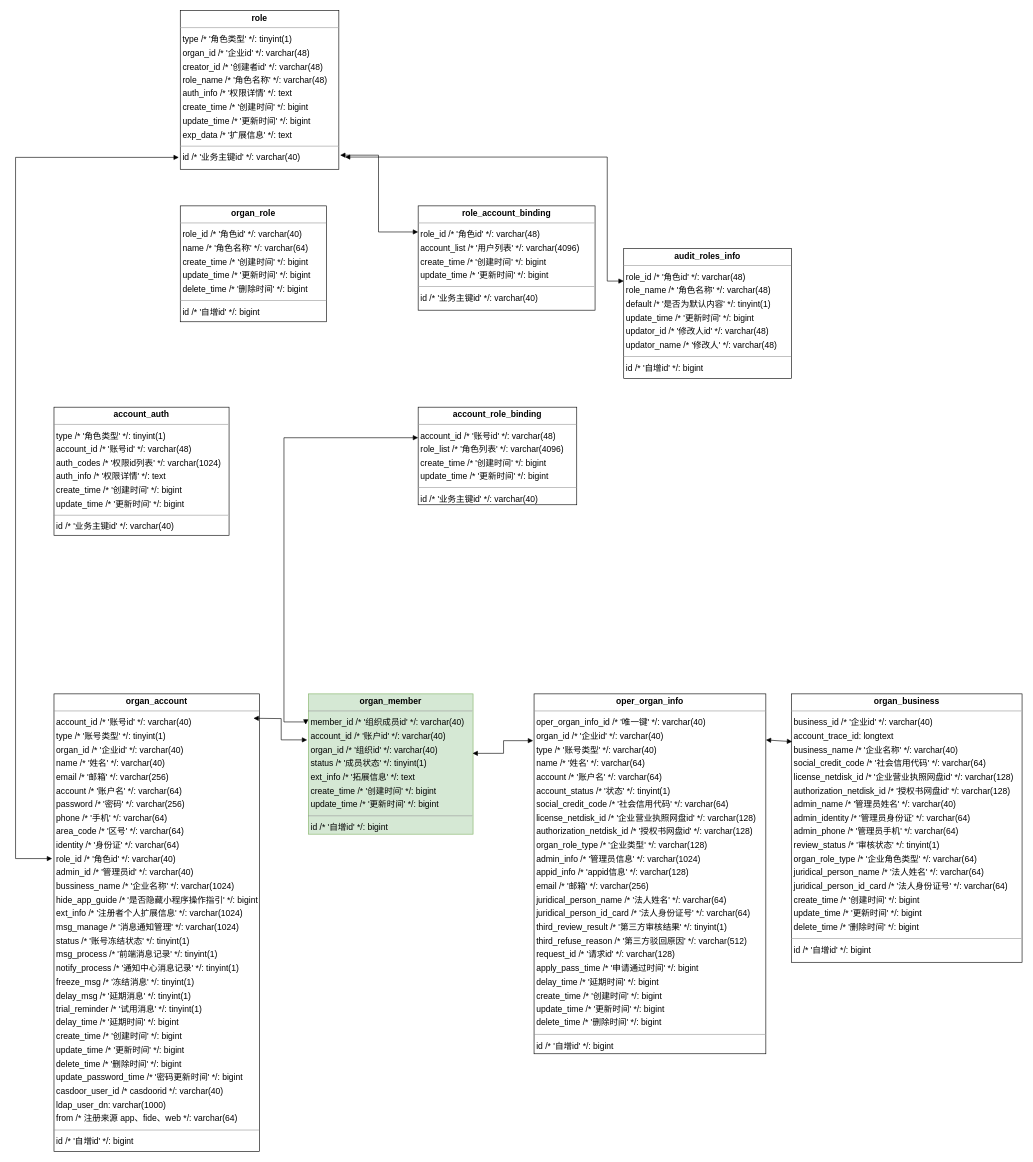
This is exported_from_idea.drawio from lzw5399/jgraph, a draw.io file, before an edit. Source tidied: cells renumbered, new cells numbered last; positions are measured from the earlier drawing's top-left corner, leaving out a move shared by most shapes. Both pictures are drawn from the tidied source at 61%, with x=0, y=0 at pixel (15, 10).
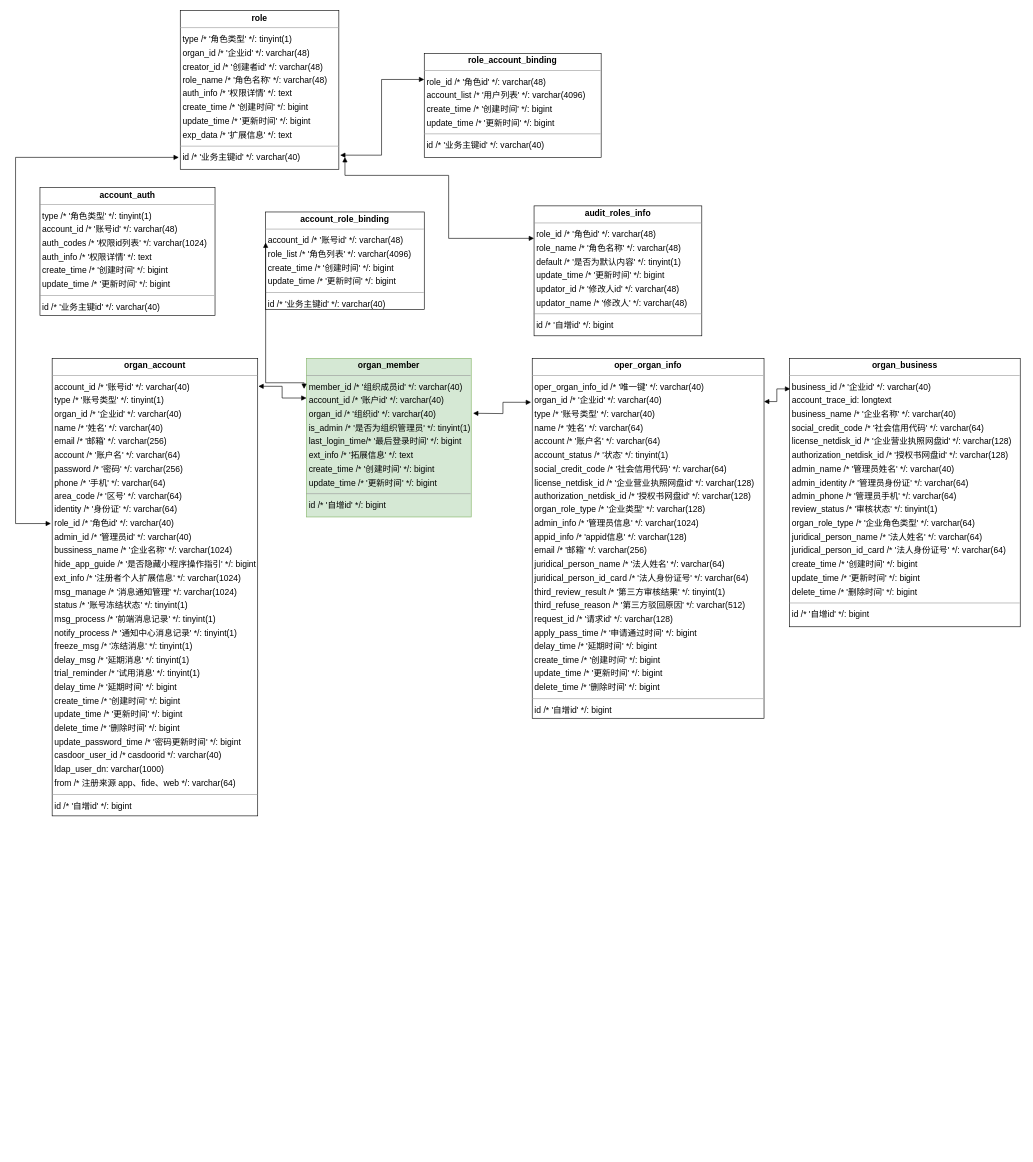
The same page after the edit.

Unchanged cells that the change refers to:
```xml
<mxCell id="10" value="&lt;p style=&quot;margin:0px;margin-top:4px;text-align:center;&quot;&gt;&lt;b&gt;role&lt;/b&gt;&lt;/p&gt;&lt;hr size=&quot;1&quot;/&gt;&lt;p style=&quot;margin:0 0 0 4px;line-height:1.6;&quot;&gt; type  /* &amp;#39;角色类型&amp;#39; */: tinyint(1)&lt;br/&gt; organ_id  /* &amp;#39;企业id&amp;#39; */: varchar(48)&lt;br/&gt; creator_id  /* &amp;#39;创建者id&amp;#39; */: varchar(48)&lt;br/&gt; role_name  /* &amp;#39;角色名称&amp;#39; */: varchar(48)&lt;br/&gt; auth_info  /* &amp;#39;权限详情&amp;#39; */: text&lt;br/&gt; create_time  /* &amp;#39;创建时间&amp;#39; */: bigint&lt;br/&gt; update_time  /* &amp;#39;更新时间&amp;#39; */: bigint&lt;br/&gt; exp_data  /* &amp;#39;扩展信息&amp;#39; */: text&lt;/p&gt;&lt;hr size=&quot;1&quot;/&gt;&lt;p style=&quot;margin:0 0 0 4px;line-height:1.6;&quot;&gt; id  /* &amp;#39;业务主键id&amp;#39; */: varchar(40)&lt;/p&gt;" style="verticalAlign=top;align=left;overflow=fill;fontSize=14;fontFamily=Helvetica;html=1;rounded=0;shadow=0;comic=0;labelBackgroundColor=none;strokeWidth=1;" parent="1" vertex="1">
  <mxGeometry x="270" width="260" height="260" as="geometry" />
</mxCell>
```

Diff of the diagram source:
```diff
@@
     <mxCell id="2" value="&lt;p style=&quot;margin:0px;margin-top:4px;text-align:center;&quot;&gt;&lt;b&gt;account_auth&lt;/b&gt;&lt;/p&gt;&lt;hr size=&quot;1&quot;/&gt;&lt;p style=&quot;margin:0 0 0 4px;line-height:1.6;&quot;&gt; type  /* &amp;#39;角色类型&amp;#39; */: tinyint(1)&lt;br/&gt; account_id  /* &amp;#39;账号id&amp;#39; */: varchar(48)&lt;br/&gt; auth_codes  /* &amp;#39;权限id列表&amp;#39; */: varchar(1024)&lt;br/&gt; auth_info  /* &amp;#39;权限详情&amp;#39; */: text&lt;br/&gt; create_time  /* &amp;#39;创建时间&amp;#39; */: bigint&lt;br/&gt; update_time  /* &amp;#39;更新时间&amp;#39; */: bigint&lt;/p&gt;&lt;hr size=&quot;1&quot;/&gt;&lt;p style=&quot;margin:0 0 0 4px;line-height:1.6;&quot;&gt; id  /* &amp;#39;业务主键id&amp;#39; */: varchar(40)&lt;/p&gt;" style="verticalAlign=top;align=left;overflow=fill;fontSize=14;fontFamily=Helvetica;html=1;rounded=0;shadow=0;comic=0;labelBackgroundColor=none;strokeWidth=1;" parent="1" vertex="1">
-      <mxGeometry x="63" y="650" width="287" height="210" as="geometry" />
+      <mxGeometry x="40" y="290" width="287" height="210" as="geometry" />
     </mxCell>
     <mxCell id="3" value="&lt;p style=&quot;margin:0px;margin-top:4px;text-align:center;&quot;&gt;&lt;b&gt;account_role_binding&lt;/b&gt;&lt;/p&gt;&lt;hr size=&quot;1&quot;/&gt;&lt;p style=&quot;margin:0 0 0 4px;line-height:1.6;&quot;&gt; account_id  /* &amp;#39;账号id&amp;#39; */: varchar(48)&lt;br/&gt; role_list  /* &amp;#39;角色列表&amp;#39; */: varchar(4096)&lt;br/&gt; create_time  /* &amp;#39;创建时间&amp;#39; */: bigint&lt;br/&gt; update_time  /* &amp;#39;更新时间&amp;#39; */: bigint&lt;/p&gt;&lt;hr size=&quot;1&quot;/&gt;&lt;p style=&quot;margin:0 0 0 4px;line-height:1.6;&quot;&gt; id  /* &amp;#39;业务主键id&amp;#39; */: varchar(40)&lt;/p&gt;" style="verticalAlign=top;align=left;overflow=fill;fontSize=14;fontFamily=Helvetica;html=1;rounded=0;shadow=0;comic=0;labelBackgroundColor=none;strokeWidth=1;" parent="1" vertex="1">
-      <mxGeometry x="660" y="650" width="260" height="160" as="geometry" />
+      <mxGeometry x="410" y="330" width="260" height="160" as="geometry" />
     </mxCell>
     <mxCell id="4" value="&lt;p style=&quot;margin:0px;margin-top:4px;text-align:center;&quot;&gt;&lt;b&gt;audit_roles_info&lt;/b&gt;&lt;/p&gt;&lt;hr size=&quot;1&quot;/&gt;&lt;p style=&quot;margin:0 0 0 4px;line-height:1.6;&quot;&gt; role_id  /* &amp;#39;角色id&amp;#39; */: varchar(48)&lt;br/&gt; role_name  /* &amp;#39;角色名称&amp;#39; */: varchar(48)&lt;br/&gt; default  /* &amp;#39;是否为默认内容&amp;#39; */: tinyint(1)&lt;br/&gt; update_time  /* &amp;#39;更新时间&amp;#39; */: bigint&lt;br/&gt; updator_id  /* &amp;#39;修改人id&amp;#39; */: varchar(48)&lt;br/&gt; updator_name  /* &amp;#39;修改人&amp;#39; */: varchar(48)&lt;/p&gt;&lt;hr size=&quot;1&quot;/&gt;&lt;p style=&quot;margin:0 0 0 4px;line-height:1.6;&quot;&gt; id  /* &amp;#39;自增id&amp;#39; */: bigint&lt;/p&gt;" style="verticalAlign=top;align=left;overflow=fill;fontSize=14;fontFamily=Helvetica;html=1;rounded=0;shadow=0;comic=0;labelBackgroundColor=none;strokeWidth=1;" parent="1" vertex="1">
-      <mxGeometry x="997" y="390" width="275" height="213" as="geometry" />
+      <mxGeometry x="850" y="320" width="275" height="213" as="geometry" />
     </mxCell>
     <mxCell id="5" value="&lt;p style=&quot;margin:0px;margin-top:4px;text-align:center;&quot;&gt;&lt;b&gt;oper_organ_info&lt;/b&gt;&lt;/p&gt;&lt;hr size=&quot;1&quot;/&gt;&lt;p style=&quot;margin:0 0 0 4px;line-height:1.6;&quot;&gt; oper_organ_info_id  /* &amp;#39;唯一键&amp;#39; */: varchar(40)&lt;br/&gt; organ_id  /* &amp;#39;企业id&amp;#39; */: varchar(40)&lt;br/&gt; type  /* &amp;#39;账号类型&amp;#39; */: varchar(40)&lt;br/&gt; name  /* &amp;#39;姓名&amp;#39; */: varchar(64)&lt;br/&gt; account  /* &amp;#39;账户名&amp;#39; */: varchar(64)&lt;br/&gt; account_status  /* &amp;#39;状态&amp;#39; */: tinyint(1)&lt;br/&gt; social_credit_code  /* &amp;#39;社会信用代码&amp;#39; */: varchar(64)&lt;br/&gt; license_netdisk_id  /* &amp;#39;企业营业执照网盘id&amp;#39; */: varchar(128)&lt;br/&gt; authorization_netdisk_id  /* &amp;#39;授权书网盘id&amp;#39; */: varchar(128)&lt;br/&gt; organ_role_type  /* &amp;#39;企业类型&amp;#39; */: varchar(128)&lt;br/&gt; admin_info  /* &amp;#39;管理员信息&amp;#39; */: varchar(1024)&lt;br/&gt; appid_info  /* &amp;#39;appid信息&amp;#39; */: varchar(128)&lt;br/&gt; email  /* &amp;#39;邮箱&amp;#39; */: varchar(256)&lt;br/&gt; juridical_person_name  /* &amp;#39;法人姓名&amp;#39; */: varchar(64)&lt;br/&gt; juridical_person_id_card  /* &amp;#39;法人身份证号&amp;#39; */: varchar(64)&lt;br/&gt; third_review_result  /* &amp;#39;第三方审核结果&amp;#39; */: tinyint(1)&lt;br/&gt; third_refuse_reason  /* &amp;#39;第三方驳回原因&amp;#39; */: varchar(512)&lt;br/&gt; request_id  /* &amp;#39;请求id&amp;#39; */: varchar(128)&lt;br/&gt; apply_pass_time  /* &amp;#39;申请通过时间&amp;#39; */: bigint&lt;br/&gt; delay_time  /* &amp;#39;延期时间&amp;#39; */: bigint&lt;br/&gt; create_time  /* &amp;#39;创建时间&amp;#39; */: bigint&lt;br/&gt; update_time  /* &amp;#39;更新时间&amp;#39; */: bigint&lt;br/&gt; delete_time  /* &amp;#39;删除时间&amp;#39; */: bigint&lt;/p&gt;&lt;hr size=&quot;1&quot;/&gt;&lt;p style=&quot;margin:0 0 0 4px;line-height:1.6;&quot;&gt; id  /* &amp;#39;自增id&amp;#39; */: bigint&lt;/p&gt;" style="verticalAlign=top;align=left;overflow=fill;fontSize=14;fontFamily=Helvetica;html=1;rounded=0;shadow=0;comic=0;labelBackgroundColor=none;strokeWidth=1;" parent="1" vertex="1">
-      <mxGeometry x="850" y="1120" width="380" height="590" as="geometry" />
+      <mxGeometry x="847" y="570" width="380" height="590" as="geometry" />
     </mxCell>
     <mxCell id="6" value="&lt;p style=&quot;margin:0px;margin-top:4px;text-align:center;&quot;&gt;&lt;b&gt;organ_account&lt;/b&gt;&lt;/p&gt;&lt;hr size=&quot;1&quot;/&gt;&lt;p style=&quot;margin:0 0 0 4px;line-height:1.6;&quot;&gt; account_id  /* &amp;#39;账号id&amp;#39; */: varchar(40)&lt;br/&gt; type  /* &amp;#39;账号类型&amp;#39; */: tinyint(1)&lt;br/&gt; organ_id  /* &amp;#39;企业id&amp;#39; */: varchar(40)&lt;br/&gt; name  /* &amp;#39;姓名&amp;#39; */: varchar(40)&lt;br/&gt; email  /* &amp;#39;邮箱&amp;#39; */: varchar(256)&lt;br/&gt; account  /* &amp;#39;账户名&amp;#39; */: varchar(64)&lt;br/&gt; password  /* &amp;#39;密码&amp;#39; */: varchar(256)&lt;br/&gt; phone  /* &amp;#39;手机&amp;#39; */: varchar(64)&lt;br/&gt; area_code  /* &amp;#39;区号&amp;#39; */: varchar(64)&lt;br/&gt; identity  /* &amp;#39;身份证&amp;#39; */: varchar(64)&lt;br/&gt; role_id  /* &amp;#39;角色id&amp;#39; */: varchar(40)&lt;br/&gt; admin_id  /* &amp;#39;管理员id&amp;#39; */: varchar(40)&lt;br/&gt; bussiness_name  /* &amp;#39;企业名称&amp;#39; */: varchar(1024)&lt;br/&gt; hide_app_guide  /* &amp;#39;是否隐藏小程序操作指引&amp;#39; */: bigint&lt;br/&gt; ext_info  /* &amp;#39;注册者个人扩展信息&amp;#39; */: varchar(1024)&lt;br/&gt; msg_manage  /* &amp;#39;消息通知管理&amp;#39; */: varchar(1024)&lt;br/&gt; status  /* &amp;#39;账号冻结状态&amp;#39; */: tinyint(1)&lt;br/&gt; msg_process  /* &amp;#39;前端消息记录&amp;#39; */: tinyint(1)&lt;br/&gt; notify_process  /* &amp;#39;通知中心消息记录&amp;#39; */: tinyint(1)&lt;br/&gt; freeze_msg  /* &amp;#39;冻结消息&amp;#39; */: tinyint(1)&lt;br/&gt; delay_msg  /* &amp;#39;延期消息&amp;#39; */: tinyint(1)&lt;br/&gt; trial_reminder  /* &amp;#39;试用消息&amp;#39; */: tinyint(1)&lt;br/&gt; delay_time  /* &amp;#39;延期时间&amp;#39; */: bigint&lt;br/&gt; create_time  /* &amp;#39;创建时间&amp;#39; */: bigint&lt;br/&gt; update_time  /* &amp;#39;更新时间&amp;#39; */: bigint&lt;br/&gt; delete_time  /* &amp;#39;删除时间&amp;#39; */: bigint&lt;br/&gt; update_password_time  /* &amp;#39;密码更新时间&amp;#39; */: bigint&lt;br/&gt; casdoor_user_id  /* casdoorid */: varchar(40)&lt;br/&gt; ldap_user_dn: varchar(1000)&lt;br/&gt; from  /* 注册来源  app、fide、web */: varchar(64)&lt;/p&gt;&lt;hr size=&quot;1&quot;/&gt;&lt;p style=&quot;margin:0 0 0 4px;line-height:1.6;&quot;&gt; id  /* &amp;#39;自增id&amp;#39; */: bigint&lt;/p&gt;" style="verticalAlign=top;align=left;overflow=fill;fontSize=14;fontFamily=Helvetica;html=1;rounded=0;shadow=0;comic=0;labelBackgroundColor=none;strokeWidth=1;" parent="1" vertex="1">
-      <mxGeometry x="63" y="1120" width="337" height="750" as="geometry" />
+      <mxGeometry x="60" y="570" width="337" height="750" as="geometry" />
     </mxCell>
     <mxCell id="7" value="&lt;p style=&quot;margin:0px;margin-top:4px;text-align:center;&quot;&gt;&lt;b&gt;organ_business&lt;/b&gt;&lt;/p&gt;&lt;hr size=&quot;1&quot;/&gt;&lt;p style=&quot;margin:0 0 0 4px;line-height:1.6;&quot;&gt; business_id  /* &amp;#39;企业id&amp;#39; */: varchar(40)&lt;br/&gt; account_trace_id: longtext&lt;br/&gt; business_name  /* &amp;#39;企业名称&amp;#39; */: varchar(40)&lt;br/&gt; social_credit_code  /* &amp;#39;社会信用代码&amp;#39; */: varchar(64)&lt;br/&gt; license_netdisk_id  /* &amp;#39;企业营业执照网盘id&amp;#39; */: varchar(128)&lt;br/&gt; authorization_netdisk_id  /* &amp;#39;授权书网盘id&amp;#39; */: varchar(128)&lt;br/&gt; admin_name  /* &amp;#39;管理员姓名&amp;#39; */: varchar(40)&lt;br/&gt; admin_identity  /* &amp;#39;管理员身份证&amp;#39; */: varchar(64)&lt;br/&gt; admin_phone  /* &amp;#39;管理员手机&amp;#39; */: varchar(64)&lt;br/&gt; review_status  /* &amp;#39;审核状态&amp;#39; */: tinyint(1)&lt;br/&gt; organ_role_type  /* &amp;#39;企业角色类型&amp;#39; */: varchar(64)&lt;br/&gt; juridical_person_name  /* &amp;#39;法人姓名&amp;#39; */: varchar(64)&lt;br/&gt; juridical_person_id_card  /* &amp;#39;法人身份证号&amp;#39; */: varchar(64)&lt;br/&gt; create_time  /* &amp;#39;创建时间&amp;#39; */: bigint&lt;br/&gt; update_time  /* &amp;#39;更新时间&amp;#39; */: bigint&lt;br/&gt; delete_time  /* &amp;#39;删除时间&amp;#39; */: bigint&lt;/p&gt;&lt;hr size=&quot;1&quot;/&gt;&lt;p style=&quot;margin:0 0 0 4px;line-height:1.6;&quot;&gt; id  /* &amp;#39;自增id&amp;#39; */: bigint&lt;/p&gt;" style="verticalAlign=top;align=left;overflow=fill;fontSize=14;fontFamily=Helvetica;html=1;rounded=0;shadow=0;comic=0;labelBackgroundColor=none;strokeWidth=1;" parent="1" vertex="1">
-      <mxGeometry x="1272" y="1120" width="378" height="440" as="geometry" />
+      <mxGeometry x="1269" y="570" width="378" height="440" as="geometry" />
     </mxCell>
-    <mxCell id="8" value="&lt;p style=&quot;margin:0px;margin-top:4px;text-align:center;&quot;&gt;&lt;b&gt;organ_member&lt;/b&gt;&lt;/p&gt;&lt;hr size=&quot;1&quot;/&gt;&lt;p style=&quot;margin:0 0 0 4px;line-height:1.6;&quot;&gt; member_id  /* &amp;#39;组织成员id&amp;#39; */: varchar(40)&lt;br/&gt; account_id  /* &amp;#39;账户id&amp;#39; */: varchar(40)&lt;br/&gt; organ_id  /* &amp;#39;组织id&amp;#39; */: varchar(40)&lt;br/&gt; status  /* &amp;#39;成员状态&amp;#39; */: tinyint(1)&lt;br/&gt; ext_info  /* &amp;#39;拓展信息&amp;#39; */: text&lt;br/&gt; create_time  /* &amp;#39;创建时间&amp;#39; */: bigint&lt;br/&gt; update_time  /* &amp;#39;更新时间&amp;#39; */: bigint&lt;/p&gt;&lt;hr size=&quot;1&quot;/&gt;&lt;p style=&quot;margin:0 0 0 4px;line-height:1.6;&quot;&gt; id  /* &amp;#39;自增id&amp;#39; */: bigint&lt;/p&gt;" style="verticalAlign=top;align=left;overflow=fill;fontSize=14;fontFamily=Helvetica;html=1;rounded=0;shadow=0;comic=0;labelBackgroundColor=none;strokeWidth=1;fillColor=#d5e8d4;strokeColor=#82b366;" parent="1" vertex="1">
-      <mxGeometry x="480" y="1120" width="270" height="230" as="geometry" />
+    <mxCell id="8" value="&lt;p style=&quot;margin:0px;margin-top:4px;text-align:center;&quot;&gt;&lt;b&gt;organ_member&lt;/b&gt;&lt;/p&gt;&lt;hr size=&quot;1&quot;&gt;&lt;p style=&quot;margin:0 0 0 4px;line-height:1.6;&quot;&gt; member_id  /* '组织成员id' */: varchar(40)&lt;br&gt; account_id  /* '账户id' */: varchar(40)&lt;br&gt; organ_id  /* '组织id' */: varchar(40)&lt;br&gt;is_admin /* '是否为组织管理员' */: tinyint(1)&lt;br&gt;last_login_time/* '最后登录时间' */: bigint&amp;nbsp;&lt;/p&gt;&lt;p style=&quot;margin:0 0 0 4px;line-height:1.6;&quot;&gt; ext_info  /* '拓展信息' */: text&lt;br&gt; create_time  /* '创建时间' */: bigint&lt;br&gt; update_time  /* '更新时间' */: bigint&lt;/p&gt;&lt;hr size=&quot;1&quot;&gt;&lt;p style=&quot;margin:0 0 0 4px;line-height:1.6;&quot;&gt; id  /* '自增id' */: bigint&lt;/p&gt;" style="verticalAlign=top;align=left;overflow=fill;fontSize=14;fontFamily=Helvetica;html=1;rounded=0;shadow=0;comic=0;labelBackgroundColor=none;strokeWidth=1;fillColor=#d5e8d4;strokeColor=#82b366;" parent="1" vertex="1">
+      <mxGeometry x="477" y="570" width="270" height="260" as="geometry" />
     </mxCell>
-    <mxCell id="9" value="&lt;p style=&quot;margin:0px;margin-top:4px;text-align:center;&quot;&gt;&lt;b&gt;organ_role&lt;/b&gt;&lt;/p&gt;&lt;hr size=&quot;1&quot;/&gt;&lt;p style=&quot;margin:0 0 0 4px;line-height:1.6;&quot;&gt; role_id  /* &amp;#39;角色id&amp;#39; */: varchar(40)&lt;br/&gt; name  /* &amp;#39;角色名称&amp;#39; */: varchar(64)&lt;br/&gt; create_time  /* &amp;#39;创建时间&amp;#39; */: bigint&lt;br/&gt; update_time  /* &amp;#39;更新时间&amp;#39; */: bigint&lt;br/&gt; delete_time  /* &amp;#39;删除时间&amp;#39; */: bigint&lt;/p&gt;&lt;hr size=&quot;1&quot;/&gt;&lt;p style=&quot;margin:0 0 0 4px;line-height:1.6;&quot;&gt; id  /* &amp;#39;自增id&amp;#39; */: bigint&lt;/p&gt;" style="verticalAlign=top;align=left;overflow=fill;fontSize=14;fontFamily=Helvetica;html=1;rounded=0;shadow=0;comic=0;labelBackgroundColor=none;strokeWidth=1;" parent="1" vertex="1">
-      <mxGeometry x="270" y="320" width="240" height="190" as="geometry" />
-    </mxCell>
@@
     <mxCell id="11" value="&lt;p style=&quot;margin:0px;margin-top:4px;text-align:center;&quot;&gt;&lt;b&gt;role_account_binding&lt;/b&gt;&lt;/p&gt;&lt;hr size=&quot;1&quot;/&gt;&lt;p style=&quot;margin:0 0 0 4px;line-height:1.6;&quot;&gt; role_id  /* &amp;#39;角色id&amp;#39; */: varchar(48)&lt;br/&gt; account_list  /* &amp;#39;用户列表&amp;#39; */: varchar(4096)&lt;br/&gt; create_time  /* &amp;#39;创建时间&amp;#39; */: bigint&lt;br/&gt; update_time  /* &amp;#39;更新时间&amp;#39; */: bigint&lt;/p&gt;&lt;hr size=&quot;1&quot;/&gt;&lt;p style=&quot;margin:0 0 0 4px;line-height:1.6;&quot;&gt; id  /* &amp;#39;业务主键id&amp;#39; */: varchar(40)&lt;/p&gt;" style="verticalAlign=top;align=left;overflow=fill;fontSize=14;fontFamily=Helvetica;html=1;rounded=0;shadow=0;comic=0;labelBackgroundColor=none;strokeWidth=1;" parent="1" vertex="1">
-      <mxGeometry x="660" y="320" width="290" height="171" as="geometry" />
+      <mxGeometry x="670" y="70" width="290" height="171" as="geometry" />
     </mxCell>
-    <mxCell id="12" style="endArrow=block;startArrow=block;endFill=1;startFill=1;html=1;rounded=0;exitX=1;exitY=0.128;exitDx=0;exitDy=0;exitPerimeter=0;entryX=0.003;entryY=0.178;entryDx=0;entryDy=0;entryPerimeter=0;" parent="1" edge="1" source="5" target="7">
-      <mxGeometry relative="1" as="geometry" />
+    <mxCell id="12" style="endArrow=block;startArrow=block;endFill=1;startFill=1;html=1;rounded=0;exitX=1;exitY=0.12;exitDx=0;exitDy=0;exitPerimeter=0;edgeStyle=orthogonalEdgeStyle;" parent="1" edge="1" source="5">
+      <mxGeometry relative="1" as="geometry">
+        <mxPoint x="1270" y="620" as="targetPoint" />
+        <Array as="points">
+          <mxPoint x="1248" y="641" />
+          <mxPoint x="1248" y="620" />
+        </Array>
+      </mxGeometry>
     </mxCell>
-    <mxCell id="13" style="endArrow=block;startArrow=block;endFill=1;startFill=1;html=1;rounded=0;exitX=0.997;exitY=0.424;exitDx=0;exitDy=0;exitPerimeter=0;edgeStyle=orthogonalEdgeStyle;entryX=-0.004;entryY=0.13;entryDx=0;entryDy=0;entryPerimeter=0;" parent="1" edge="1" source="8" target="5">
-      <mxGeometry relative="1" as="geometry" />
+    <mxCell id="13" style="endArrow=block;startArrow=block;endFill=1;startFill=1;html=1;rounded=0;edgeStyle=orthogonalEdgeStyle;entryX=-0.005;entryY=0.122;entryDx=0;entryDy=0;entryPerimeter=0;" parent="1" edge="1" target="5">
+      <mxGeometry relative="1" as="geometry">
+        <mxPoint x="750" y="660" as="sourcePoint" />
+      </mxGeometry>
     </mxCell>
-    <mxCell id="14" style="endArrow=block;startArrow=block;endFill=1;startFill=1;html=1;rounded=0;edgeStyle=orthogonalEdgeStyle;entryX=-0.007;entryY=0.328;entryDx=0;entryDy=0;entryPerimeter=0;" parent="1" edge="1" target="8">
-      <mxGeometry relative="1" as="geometry">
-        <mxPoint x="390" y="1160" as="sourcePoint" />
-      </mxGeometry>
+    <mxCell id="14" style="endArrow=block;startArrow=block;endFill=1;startFill=1;html=1;rounded=0;edgeStyle=orthogonalEdgeStyle;entryX=0;entryY=0.25;entryDx=0;entryDy=0;exitX=1.003;exitY=0.061;exitDx=0;exitDy=0;exitPerimeter=0;" parent="1" edge="1" source="6" target="8">
+      <mxGeometry relative="1" as="geometry" />
     </mxCell>
-    <mxCell id="15" style="endArrow=block;startArrow=block;endFill=1;startFill=1;html=1;rounded=0;edgeStyle=orthogonalEdgeStyle;exitX=-0.009;exitY=0.925;exitDx=0;exitDy=0;exitPerimeter=0;" parent="1" edge="1" source="10">
+    <mxCell id="15" style="endArrow=block;startArrow=block;endFill=1;startFill=1;html=1;rounded=0;edgeStyle=orthogonalEdgeStyle;exitX=-0.009;exitY=0.925;exitDx=0;exitDy=0;exitPerimeter=0;entryX=-0.006;entryY=0.361;entryDx=0;entryDy=0;entryPerimeter=0;" parent="1" edge="1" source="10" target="6">
       <mxGeometry relative="1" as="geometry">
-        <mxPoint x="60" y="1390" as="targetPoint" />
         <Array as="points">
           <mxPoint y="241" />
-          <mxPoint y="1390" />
+          <mxPoint y="841" />
         </Array>
       </mxGeometry>
     </mxCell>
@@
     <mxCell id="17" style="endArrow=block;startArrow=block;endFill=1;startFill=1;html=1;rounded=0;edgeStyle=orthogonalEdgeStyle;entryX=0;entryY=0.25;entryDx=0;entryDy=0;" parent="1" edge="1" target="4">
       <mxGeometry relative="1" as="geometry">
         <mxPoint x="540" y="240" as="sourcePoint" />
         <Array as="points">
-          <mxPoint x="970" y="240" />
-          <mxPoint x="970" y="443" />
+          <mxPoint x="540" y="270" />
+          <mxPoint x="710" y="270" />
+          <mxPoint x="710" y="373" />
         </Array>
       </mxGeometry>
     </mxCell>
-    <mxCell id="18" style="endArrow=block;startArrow=block;endFill=1;startFill=1;html=1;rounded=0;edgeStyle=orthogonalEdgeStyle;entryX=0;entryY=0.313;entryDx=0;entryDy=0;entryPerimeter=0;exitX=-0.016;exitY=0.219;exitDx=0;exitDy=0;exitPerimeter=0;" parent="1" edge="1" source="8" target="3">
+    <mxCell id="18" style="endArrow=block;startArrow=block;endFill=1;startFill=1;html=1;rounded=0;edgeStyle=orthogonalEdgeStyle;entryX=0;entryY=0.313;entryDx=0;entryDy=0;entryPerimeter=0;" parent="1" edge="1" target="3">
       <mxGeometry relative="1" as="geometry">
+        <mxPoint x="473" y="620" as="sourcePoint" />
         <Array as="points">
-          <mxPoint x="440" y="1166" />
-          <mxPoint x="440" y="700" />
+          <mxPoint x="473" y="610" />
+          <mxPoint x="410" y="610" />
         </Array>
       </mxGeometry>
     </mxCell>
```
